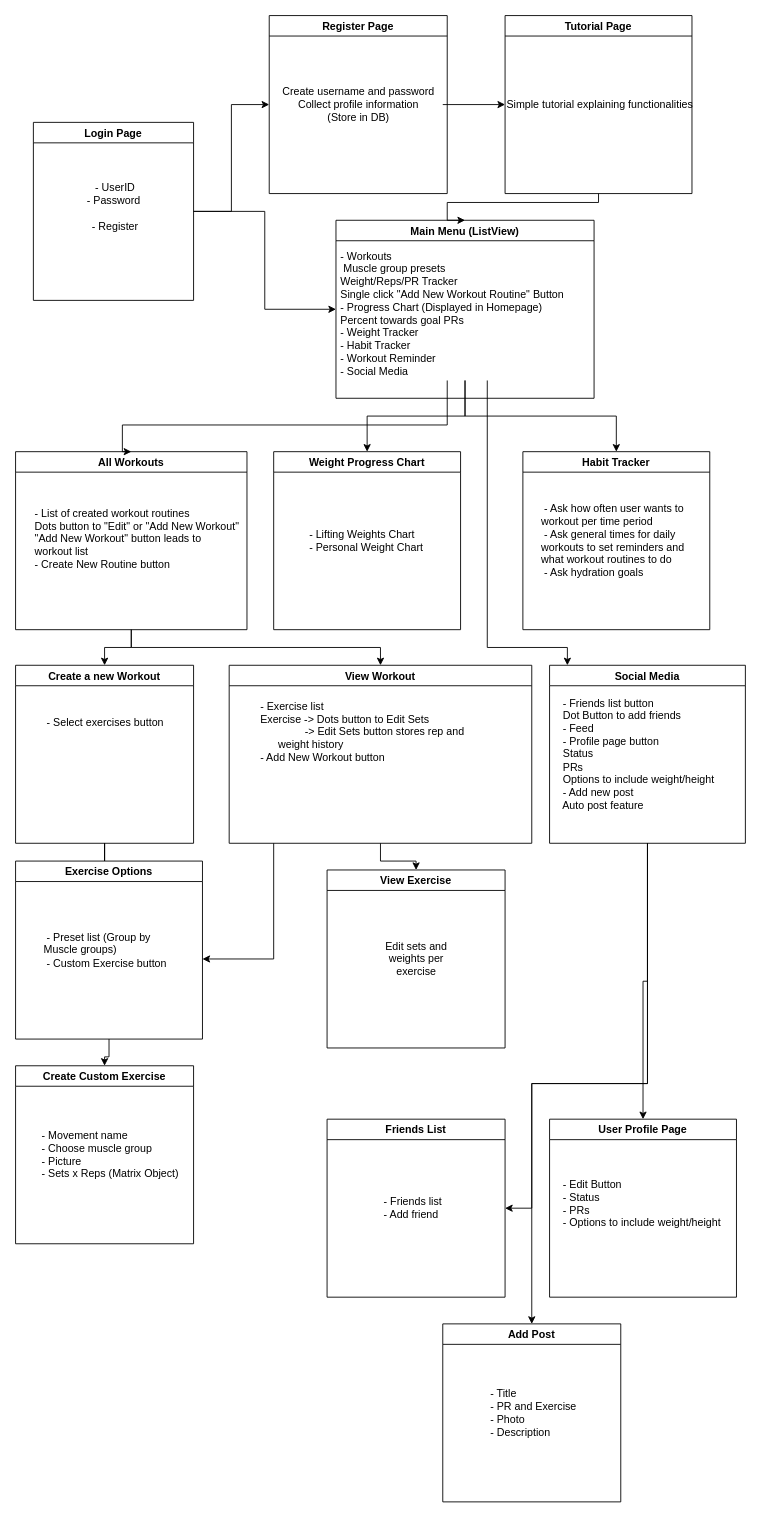
The draw.io diagram W8Up_Diagram.drawio in calvin-li-developer/w8-up-tracker, before the edit. Source tidied: cells renumbered, new cells numbered last; positions are measured from the earlier drawing's top-left corner, leaving out a move shared by most shapes. Both pictures are drawn from the tidied source at 89%, with x=0, y=0 at pixel (15, 15).
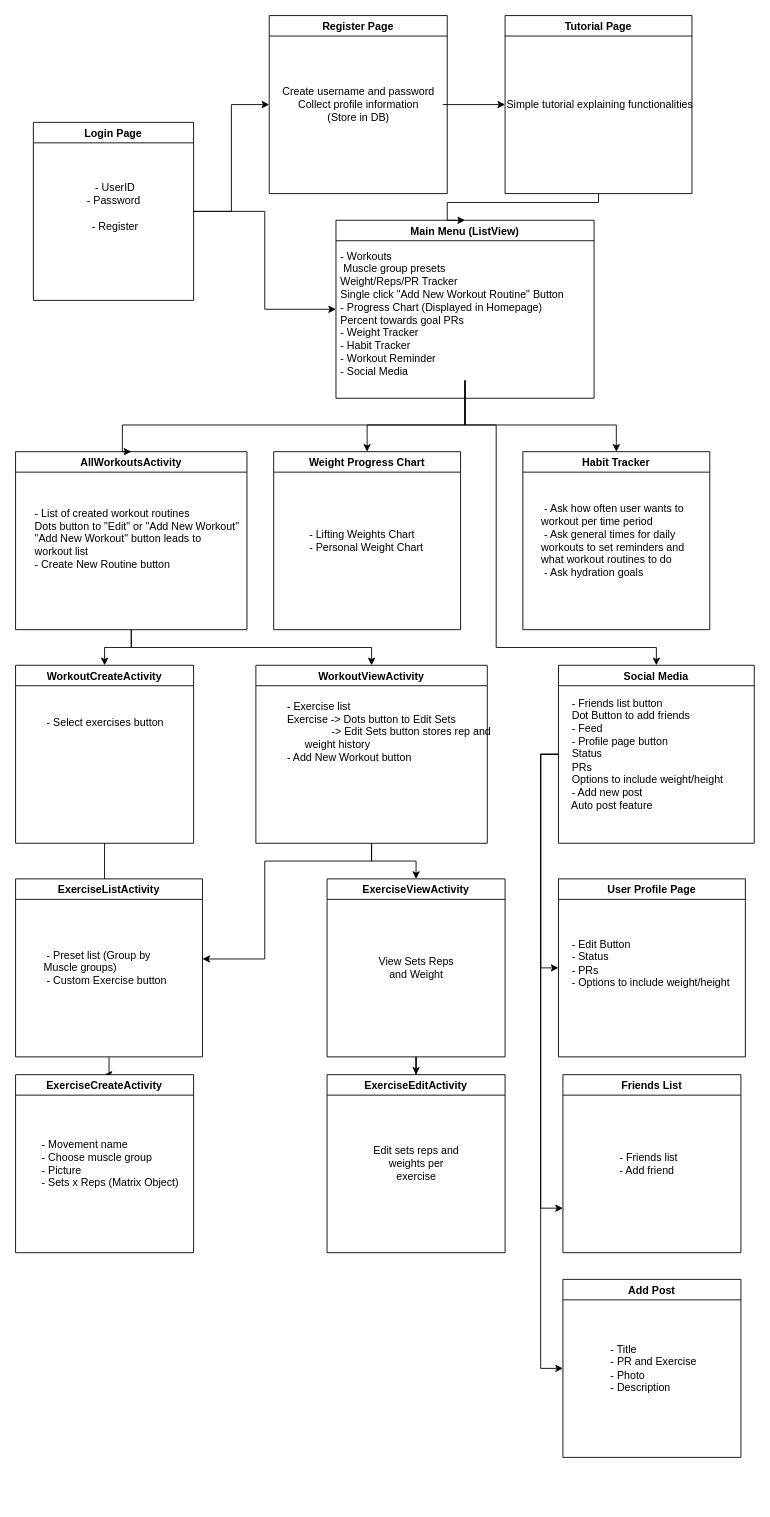
Above is the later version.

Commit message:
Updated Workouts/Exercise Branch

Unchanged cells that the change refers to:
```xml
<mxCell id="9" value="&amp;nbsp;- Workouts&lt;br&gt;&lt;div&gt;&lt;span&gt;&amp;nbsp;&lt;/span&gt;&lt;span style=&quot;white-space: pre&quot;&gt; &lt;/span&gt;&lt;span&gt;Muscle group presets&lt;/span&gt;&lt;/div&gt;&lt;div&gt;&lt;span&gt;&lt;span style=&quot;white-space: pre&quot;&gt; &lt;/span&gt;Weight/Reps/PR Tracker&lt;br&gt;&lt;/span&gt;&lt;/div&gt;&lt;div&gt;&lt;span&gt;&lt;span style=&quot;white-space: pre&quot;&gt; &lt;/span&gt;Single click &quot;Add New Workout Routine&quot; Button&lt;br&gt;&lt;/span&gt;&lt;/div&gt;&lt;div&gt;&lt;span&gt;&amp;nbsp;- Progress Chart (Displayed in Homepage)&lt;/span&gt;&lt;/div&gt;&lt;div&gt;&lt;span&gt;&lt;span style=&quot;white-space: pre&quot;&gt; &lt;/span&gt;Percent towards goal PRs&lt;br&gt;&lt;/span&gt;&lt;/div&gt;&lt;div&gt;&lt;span&gt;&amp;nbsp;- Weight Tracker&lt;/span&gt;&lt;/div&gt;&lt;div&gt;&lt;span&gt;&amp;nbsp;- Habit Tracker&lt;/span&gt;&lt;/div&gt;&lt;div&gt;&lt;span&gt;&amp;nbsp;- Workout Reminder&lt;/span&gt;&lt;/div&gt;&lt;div&gt;&lt;span&gt;&amp;nbsp;- Social Media&amp;nbsp;&lt;/span&gt;&lt;/div&gt;" style="text;html=1;align=left;verticalAlign=middle;points=[];strokeColor=none;fillColor=none;" parent="8" vertex="1">
  <mxGeometry y="30" width="290" height="150" as="geometry" />
</mxCell>
<mxCell id="18" value="Weight Progress Chart" style="swimlane;align=center;" parent="1" vertex="1">
  <mxGeometry x="290" y="490" width="210" height="200" as="geometry" />
</mxCell>
<mxCell id="20" value="Habit Tracker" style="swimlane;align=center;" parent="1" vertex="1">
  <mxGeometry x="570" y="490" width="210" height="200" as="geometry" />
</mxCell>
```

Diff of the diagram source:
```diff
@@
     <mxCell id="15" style="edgeStyle=orthogonalEdgeStyle;rounded=0;jettySize=auto;html=1;" parent="1" edge="1" source="16" target="30">
-      <mxGeometry relative="1" as="geometry" />
+      <mxGeometry relative="1" as="geometry">
+        <Array as="points">
+          <mxPoint x="130" y="710" />
+          <mxPoint x="400" y="710" />
+        </Array>
+      </mxGeometry>
     </mxCell>
-    <mxCell id="16" value="All Workouts" style="swimlane;align=center;" parent="1" vertex="1">
+    <mxCell id="16" value="AllWorkoutsActivity" style="swimlane;align=center;" parent="1" vertex="1">
       <mxGeometry y="490" width="260" height="200" as="geometry" />
     </mxCell>
@@
     <mxCell id="22" style="edgeStyle=orthogonalEdgeStyle;rounded=0;jettySize=auto;html=1;entryX=0.5;entryY=0;entryDx=0;entryDy=0;" parent="1" edge="1" source="9" target="16">
       <mxGeometry relative="1" as="geometry">
         <Array as="points">
-          <mxPoint x="485" y="460" />
+          <mxPoint x="505" y="460" />
           <mxPoint x="120" y="460" />
+          <mxPoint x="120" y="490" />
         </Array>
       </mxGeometry>
     </mxCell>
     <mxCell id="23" style="edgeStyle=orthogonalEdgeStyle;rounded=0;jettySize=auto;html=1;" parent="1" edge="1" source="9" target="18">
-      <mxGeometry relative="1" as="geometry" />
+      <mxGeometry relative="1" as="geometry">
+        <Array as="points">
+          <mxPoint x="505" y="460" />
+          <mxPoint x="395" y="460" />
+        </Array>
+      </mxGeometry>
     </mxCell>
     <mxCell id="24" style="edgeStyle=orthogonalEdgeStyle;rounded=0;jettySize=auto;html=1;entryX=0.5;entryY=0;entryDx=0;entryDy=0;" parent="1" edge="1" source="9" target="20">
-      <mxGeometry relative="1" as="geometry" />
+      <mxGeometry relative="1" as="geometry">
+        <Array as="points">
+          <mxPoint x="505" y="460" />
+          <mxPoint x="675" y="460" />
+        </Array>
+      </mxGeometry>
     </mxCell>
@@
-    <mxCell id="26" value="Create a new Workout" style="swimlane;align=center;" parent="1" vertex="1">
+    <mxCell id="26" value="WorkoutCreateActivity" style="swimlane;align=center;" parent="1" vertex="1">
       <mxGeometry y="730" width="200" height="200" as="geometry" />
     </mxCell>
@@
-    <mxCell id="28" style="edgeStyle=orthogonalEdgeStyle;rounded=0;jettySize=auto;html=1;" parent="1" edge="1" source="30">
+    <mxCell id="28" style="edgeStyle=orthogonalEdgeStyle;rounded=0;jettySize=auto;html=1;exitX=0.5;exitY=1;exitDx=0;exitDy=0;" parent="1" edge="1" source="30">
       <mxGeometry relative="1" as="geometry">
         <mxPoint x="210" y="1060" as="targetPoint" />
         <Array as="points">
-          <mxPoint x="290" y="1060" />
+          <mxPoint x="400" y="950" />
+          <mxPoint x="280" y="950" />
+          <mxPoint x="280" y="1060" />
         </Array>
       </mxGeometry>
     </mxCell>
@@
-    <mxCell id="30" value="View Workout" style="swimlane;align=center;" parent="1" vertex="1">
-      <mxGeometry x="240" y="730" width="340" height="200" as="geometry" />
+    <mxCell id="30" value="WorkoutViewActivity" style="swimlane;align=center;" parent="1" vertex="1">
+      <mxGeometry x="270" y="730" width="260" height="200" as="geometry" />
     </mxCell>
@@
-    <mxCell id="33" value="Exercise Options" style="swimlane;align=center;" parent="1" vertex="1">
-      <mxGeometry y="950" width="210" height="200" as="geometry" />
+    <mxCell id="33" value="ExerciseListActivity" style="swimlane;align=center;" parent="1" vertex="1">
+      <mxGeometry y="970" width="210" height="200" as="geometry" />
     </mxCell>
@@
-    <mxCell id="35" value="Create Custom Exercise" style="swimlane;align=center;" parent="1" vertex="1">
-      <mxGeometry y="1180" width="200" height="200" as="geometry" />
+    <mxCell id="35" value="ExerciseCreateActivity" style="swimlane;align=center;startSize=23;" parent="1" vertex="1">
+      <mxGeometry y="1190" width="200" height="200" as="geometry" />
     </mxCell>
@@
     <mxCell id="37" style="edgeStyle=orthogonalEdgeStyle;rounded=0;jettySize=auto;html=1;" parent="1" edge="1" source="40" target="43">
       <mxGeometry relative="1" as="geometry">
         <Array as="points">
-          <mxPoint x="710" y="1200" />
-          <mxPoint x="580" y="1200" />
-          <mxPoint x="580" y="1340" />
+          <mxPoint x="590" y="830" />
+          <mxPoint x="590" y="1340" />
         </Array>
       </mxGeometry>
     </mxCell>
-    <mxCell id="38" style="edgeStyle=orthogonalEdgeStyle;rounded=0;jettySize=auto;html=1;entryX=0.5;entryY=0;entryDx=0;entryDy=0;" parent="1" edge="1" source="40" target="47">
-      <mxGeometry relative="1" as="geometry" />
+    <mxCell id="38" style="edgeStyle=orthogonalEdgeStyle;rounded=0;jettySize=auto;html=1;entryX=0;entryY=0.5;entryDx=0;entryDy=0;" parent="1" edge="1" source="40" target="47">
+      <mxGeometry relative="1" as="geometry">
+        <Array as="points">
+          <mxPoint x="590" y="830" />
+          <mxPoint x="590" y="1520" />
+        </Array>
+      </mxGeometry>
     </mxCell>
-    <mxCell id="39" style="edgeStyle=orthogonalEdgeStyle;rounded=0;jettySize=auto;html=1;entryX=0.5;entryY=0;entryDx=0;entryDy=0;" parent="1" edge="1" source="40" target="45">
-      <mxGeometry relative="1" as="geometry" />
+    <mxCell id="39" style="edgeStyle=orthogonalEdgeStyle;rounded=0;jettySize=auto;html=1;entryX=0;entryY=0.5;entryDx=0;entryDy=0;" parent="1" edge="1" source="40" target="45">
+      <mxGeometry relative="1" as="geometry">
+        <Array as="points">
+          <mxPoint x="590" y="830" />
+          <mxPoint x="590" y="1070" />
+        </Array>
+      </mxGeometry>
     </mxCell>
     <mxCell id="40" value="Social Media" style="swimlane;align=center;" parent="1" vertex="1">
-      <mxGeometry x="600" y="730" width="220" height="200" as="geometry" />
+      <mxGeometry x="610" y="730" width="220" height="200" as="geometry" />
     </mxCell>
@@
-    <mxCell id="42" style="edgeStyle=orthogonalEdgeStyle;rounded=0;jettySize=auto;html=1;" parent="1" edge="1" source="9" target="40">
+    <mxCell id="42" style="edgeStyle=orthogonalEdgeStyle;rounded=0;jettySize=auto;html=1;entryX=0.5;entryY=0;entryDx=0;entryDy=0;" parent="1" edge="1" target="40">
       <mxGeometry relative="1" as="geometry">
+        <mxPoint x="505" y="410" as="sourcePoint" />
         <Array as="points">
-          <mxPoint x="530" y="710" />
-          <mxPoint x="620" y="710" />
+          <mxPoint x="505" y="460" />
+          <mxPoint x="540" y="460" />
+          <mxPoint x="540" y="710" />
+          <mxPoint x="720" y="710" />
         </Array>
       </mxGeometry>
     </mxCell>
     <mxCell id="43" value="Friends List" style="swimlane;align=center;" parent="1" vertex="1">
-      <mxGeometry x="350" y="1240" width="200" height="200" as="geometry" />
+      <mxGeometry x="615" y="1190" width="200" height="200" as="geometry" />
     </mxCell>
@@
     <mxCell id="45" value="User Profile Page" style="swimlane;align=center;" parent="1" vertex="1">
-      <mxGeometry x="600" y="1240" width="210" height="200" as="geometry" />
+      <mxGeometry x="610" y="970" width="210" height="200" as="geometry" />
     </mxCell>
@@
     <mxCell id="47" value="Add Post" style="swimlane;align=center;" parent="1" vertex="1">
-      <mxGeometry x="480" y="1470" width="200" height="200" as="geometry" />
+      <mxGeometry x="615" y="1420" width="200" height="200" as="geometry" />
     </mxCell>
@@
+    <mxCell id="51" style="edgeStyle=orthogonalEdgeStyle;rounded=0;jettySize=auto;html=1;entryX=0.5;entryY=0;entryDx=0;entryDy=0;" parent="1" edge="1" source="49" target="52">
+      <mxGeometry relative="1" as="geometry" />
+    </mxCell>
-    <mxCell id="49" value="View Exercise" style="swimlane;" parent="1" vertex="1">
-      <mxGeometry x="350" y="960" width="200" height="200" as="geometry" />
+    <mxCell id="49" value="ExerciseViewActivity" style="swimlane;" parent="1" vertex="1">
+      <mxGeometry x="350" y="970" width="200" height="200" as="geometry" />
     </mxCell>
-    <mxCell id="50" value="Edit sets and weights per exercise" style="text;html=1;strokeColor=none;fillColor=none;align=center;verticalAlign=middle;whiteSpace=wrap;rounded=0;" parent="49" vertex="1">
+    <mxCell id="50" value="View Sets Reps and Weight" style="text;html=1;strokeColor=none;fillColor=none;align=center;verticalAlign=middle;whiteSpace=wrap;rounded=0;" parent="49" vertex="1">
       <mxGeometry x="47.5" y="85" width="105" height="30" as="geometry" />
     </mxCell>
+    <mxCell id="52" value="ExerciseEditActivity" style="swimlane;" parent="1" vertex="1">
+      <mxGeometry x="350" y="1190" width="200" height="200" as="geometry" />
+    </mxCell>
+    <mxCell id="53" value="Edit sets reps and weights per exercise" style="text;html=1;strokeColor=none;fillColor=none;align=center;verticalAlign=middle;whiteSpace=wrap;rounded=0;" parent="52" vertex="1">
+      <mxGeometry x="47.5" y="85" width="105" height="30" as="geometry" />
+    </mxCell>
```
